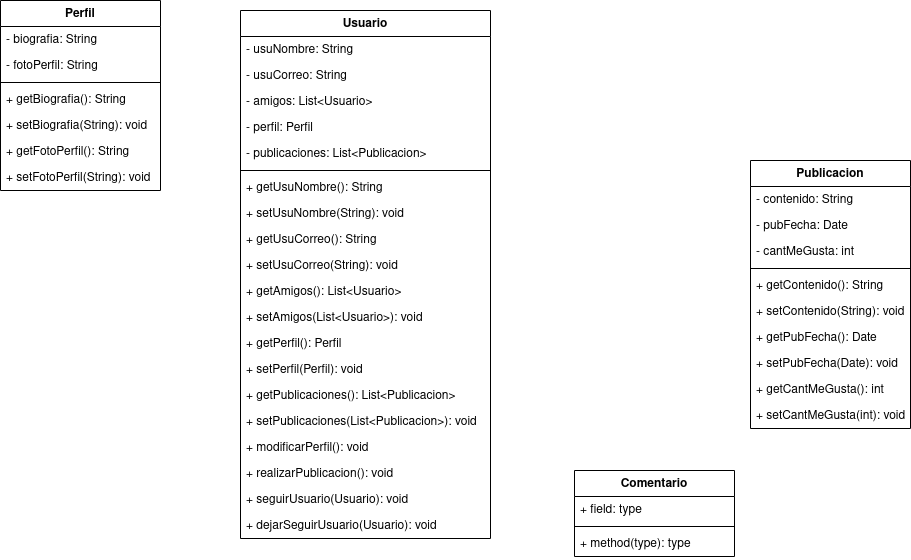
Above: ejercicio1/diagram/ejercicio1-maxi.png in mackstm/examen-ets (draw.io), before the change. Source tidied: cells renumbered, new cells last; positions are measured from the earlier drawing's top-left corner, leaving out a move shared by most shapes.
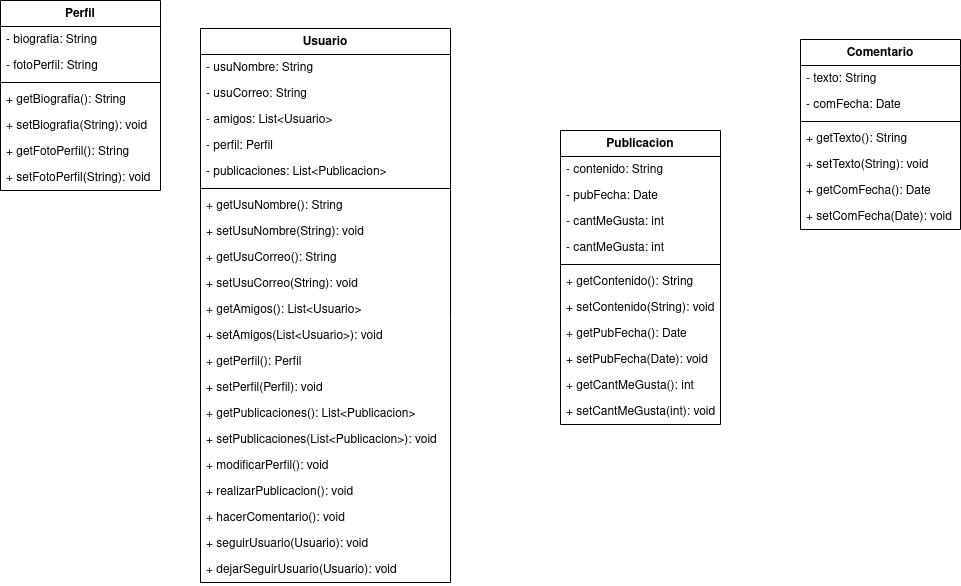
Above is the later version.

What changed in the source:
```diff
@@ -3,7 +3,7 @@
     <mxCell id="0" />
     <mxCell id="1" parent="0" />
     <mxCell id="2" value="Usuario" style="swimlane;fontStyle=1;align=center;verticalAlign=top;horizontal=1;startSize=26;whiteSpace=wrap;html=1;" parent="1" vertex="1">
-      <mxGeometry x="240" y="10" width="250" height="528" as="geometry" />
+      <mxGeometry x="200" y="28" width="250" height="554" as="geometry" />
     </mxCell>
     <mxCell id="3" value="- usuNombre: String" style="text;strokeColor=none;fillColor=none;align=left;verticalAlign=top;spacingLeft=4;spacingRight=4;overflow=hidden;whiteSpace=wrap;html=1;" parent="2" vertex="1">
       <mxGeometry y="26" width="250" height="26" as="geometry" />
@@ -59,14 +59,17 @@
     <mxCell id="20" value="+ realizarPublicacion(): void" style="text;strokeColor=none;fillColor=none;align=left;verticalAlign=top;spacingLeft=4;spacingRight=4;overflow=hidden;whiteSpace=wrap;html=1;" parent="2" vertex="1">
       <mxGeometry y="450" width="250" height="26" as="geometry" />
     </mxCell>
+    <mxCell id="46" value="+ hacerComentario(): void" style="text;strokeColor=none;fillColor=none;align=left;verticalAlign=top;spacingLeft=4;spacingRight=4;overflow=hidden;whiteSpace=wrap;html=1;" parent="2" vertex="1">
+      <mxGeometry y="476" width="250" height="26" as="geometry" />
+    </mxCell>
     <mxCell id="21" value="+ seguirUsuario(Usuario): void" style="text;strokeColor=none;fillColor=none;align=left;verticalAlign=top;spacingLeft=4;spacingRight=4;overflow=hidden;whiteSpace=wrap;html=1;" parent="2" vertex="1">
-      <mxGeometry y="476" width="250" height="26" as="geometry" />
+      <mxGeometry y="502" width="250" height="26" as="geometry" />
     </mxCell>
     <mxCell id="22" value="+ dejarSeguirUsuario(Usuario): void" style="text;strokeColor=none;fillColor=none;align=left;verticalAlign=top;spacingLeft=4;spacingRight=4;overflow=hidden;whiteSpace=wrap;html=1;" parent="2" vertex="1">
-      <mxGeometry y="502" width="250" height="26" as="geometry" />
+      <mxGeometry y="528" width="250" height="26" as="geometry" />
     </mxCell>
     <mxCell id="23" value="Publicacion" style="swimlane;fontStyle=1;align=center;verticalAlign=top;horizontal=1;startSize=26;whiteSpace=wrap;html=1;" parent="1" vertex="1">
-      <mxGeometry x="750" y="160" width="160" height="268" as="geometry" />
+      <mxGeometry x="560" y="130" width="160" height="294" as="geometry" />
     </mxCell>
     <mxCell id="24" value="- contenido: String" style="text;strokeColor=none;fillColor=none;align=left;verticalAlign=top;spacingLeft=4;spacingRight=4;overflow=hidden;whiteSpace=wrap;html=1;" parent="23" vertex="1">
       <mxGeometry y="26" width="160" height="26" as="geometry" />
@@ -77,26 +80,29 @@
     <mxCell id="26" value="- cantMeGusta: int" style="text;strokeColor=none;fillColor=none;align=left;verticalAlign=top;spacingLeft=4;spacingRight=4;overflow=hidden;whiteSpace=wrap;html=1;" parent="23" vertex="1">
       <mxGeometry y="78" width="160" height="26" as="geometry" />
     </mxCell>
+    <mxCell id="47" value="- cantMeGusta: int" style="text;strokeColor=none;fillColor=none;align=left;verticalAlign=top;spacingLeft=4;spacingRight=4;overflow=hidden;whiteSpace=wrap;html=1;" parent="23" vertex="1">
+      <mxGeometry y="104" width="160" height="26" as="geometry" />
+    </mxCell>
     <mxCell id="27" style="line;strokeWidth=1;fillColor=none;align=left;verticalAlign=middle;spacingTop=-1;spacingLeft=3;spacingRight=3;labelPosition=right;strokeColor=inherit;" parent="23" vertex="1">
-      <mxGeometry y="104" width="160" height="8" as="geometry" />
+      <mxGeometry y="130" width="160" height="8" as="geometry" />
     </mxCell>
     <mxCell id="28" value="+ getContenido(): String" style="text;strokeColor=none;fillColor=none;align=left;verticalAlign=top;spacingLeft=4;spacingRight=4;overflow=hidden;whiteSpace=wrap;html=1;" parent="23" vertex="1">
-      <mxGeometry y="112" width="160" height="26" as="geometry" />
+      <mxGeometry y="138" width="160" height="26" as="geometry" />
     </mxCell>
     <mxCell id="29" value="+ setContenido(String): void" style="text;strokeColor=none;fillColor=none;align=left;verticalAlign=top;spacingLeft=4;spacingRight=4;overflow=hidden;whiteSpace=wrap;html=1;" parent="23" vertex="1">
-      <mxGeometry y="138" width="160" height="26" as="geometry" />
+      <mxGeometry y="164" width="160" height="26" as="geometry" />
     </mxCell>
     <mxCell id="30" value="+ getPubFecha(): Date" style="text;strokeColor=none;fillColor=none;align=left;verticalAlign=top;spacingLeft=4;spacingRight=4;overflow=hidden;whiteSpace=wrap;html=1;" parent="23" vertex="1">
-      <mxGeometry y="164" width="160" height="26" as="geometry" />
+      <mxGeometry y="190" width="160" height="26" as="geometry" />
     </mxCell>
     <mxCell id="31" value="+ setPubFecha(Date): void" style="text;strokeColor=none;fillColor=none;align=left;verticalAlign=top;spacingLeft=4;spacingRight=4;overflow=hidden;whiteSpace=wrap;html=1;" parent="23" vertex="1">
-      <mxGeometry y="190" width="160" height="26" as="geometry" />
+      <mxGeometry y="216" width="160" height="26" as="geometry" />
     </mxCell>
     <mxCell id="32" value="+ getCantMeGusta(): int" style="text;strokeColor=none;fillColor=none;align=left;verticalAlign=top;spacingLeft=4;spacingRight=4;overflow=hidden;whiteSpace=wrap;html=1;" parent="23" vertex="1">
-      <mxGeometry y="216" width="160" height="26" as="geometry" />
+      <mxGeometry y="242" width="160" height="26" as="geometry" />
     </mxCell>
     <mxCell id="33" value="+ setCantMeGusta(int): void" style="text;strokeColor=none;fillColor=none;align=left;verticalAlign=top;spacingLeft=4;spacingRight=4;overflow=hidden;whiteSpace=wrap;html=1;" parent="23" vertex="1">
-      <mxGeometry y="242" width="160" height="26" as="geometry" />
+      <mxGeometry y="268" width="160" height="26" as="geometry" />
     </mxCell>
     <mxCell id="34" value="Perfil" style="swimlane;fontStyle=1;align=center;verticalAlign=top;horizontal=1;startSize=26;whiteSpace=wrap;html=1;" parent="1" vertex="1">
       <mxGeometry width="160" height="190" as="geometry" />
@@ -123,16 +129,28 @@
       <mxGeometry y="164" width="160" height="26" as="geometry" />
     </mxCell>
     <mxCell id="42" value="Comentario" style="swimlane;fontStyle=1;align=center;verticalAlign=top;horizontal=1;startSize=26;whiteSpace=wrap;html=1;" parent="1" vertex="1">
-      <mxGeometry x="574" y="470" width="160" height="86" as="geometry" />
+      <mxGeometry x="800" y="39" width="160" height="190" as="geometry" />
     </mxCell>
-    <mxCell id="43" value="+ field: type" style="text;strokeColor=none;fillColor=none;align=left;verticalAlign=top;spacingLeft=4;spacingRight=4;overflow=hidden;whiteSpace=wrap;html=1;" parent="42" vertex="1">
+    <mxCell id="43" value="- texto: String" style="text;strokeColor=none;fillColor=none;align=left;verticalAlign=top;spacingLeft=4;spacingRight=4;overflow=hidden;whiteSpace=wrap;html=1;" parent="42" vertex="1">
       <mxGeometry y="26" width="160" height="26" as="geometry" />
     </mxCell>
+    <mxCell id="48" value="- comFecha: Date" style="text;strokeColor=none;fillColor=none;align=left;verticalAlign=top;spacingLeft=4;spacingRight=4;overflow=hidden;whiteSpace=wrap;html=1;" parent="42" vertex="1">
+      <mxGeometry y="52" width="160" height="26" as="geometry" />
+    </mxCell>
     <mxCell id="44" style="line;strokeWidth=1;fillColor=none;align=left;verticalAlign=middle;spacingTop=-1;spacingLeft=3;spacingRight=3;labelPosition=right;strokeColor=inherit;" parent="42" vertex="1">
-      <mxGeometry y="52" width="160" height="8" as="geometry" />
+      <mxGeometry y="78" width="160" height="8" as="geometry" />
     </mxCell>
+    <mxCell id="49" value="+ getTexto(): String" style="text;strokeColor=none;fillColor=none;align=left;verticalAlign=top;spacingLeft=4;spacingRight=4;overflow=hidden;whiteSpace=wrap;html=1;" parent="42" vertex="1">
+      <mxGeometry y="86" width="160" height="26" as="geometry" />
+    </mxCell>
+    <mxCell id="50" value="+ setTexto(String): void" style="text;strokeColor=none;fillColor=none;align=left;verticalAlign=top;spacingLeft=4;spacingRight=4;overflow=hidden;whiteSpace=wrap;html=1;" parent="42" vertex="1">
+      <mxGeometry y="112" width="160" height="26" as="geometry" />
+    </mxCell>
+    <mxCell id="51" value="+ getComFecha(): Date" style="text;strokeColor=none;fillColor=none;align=left;verticalAlign=top;spacingLeft=4;spacingRight=4;overflow=hidden;whiteSpace=wrap;html=1;" parent="42" vertex="1">
+      <mxGeometry y="138" width="160" height="26" as="geometry" />
+    </mxCell>
-    <mxCell id="45" value="+ method(type): type" style="text;strokeColor=none;fillColor=none;align=left;verticalAlign=top;spacingLeft=4;spacingRight=4;overflow=hidden;whiteSpace=wrap;html=1;" parent="42" vertex="1">
-      <mxGeometry y="60" width="160" height="26" as="geometry" />
+    <mxCell id="45" value="+ setComFecha(Date): void" style="text;strokeColor=none;fillColor=none;align=left;verticalAlign=top;spacingLeft=4;spacingRight=4;overflow=hidden;whiteSpace=wrap;html=1;" parent="42" vertex="1">
+      <mxGeometry y="164" width="160" height="26" as="geometry" />
     </mxCell>
   </root>
 </mxGraphModel>
```
